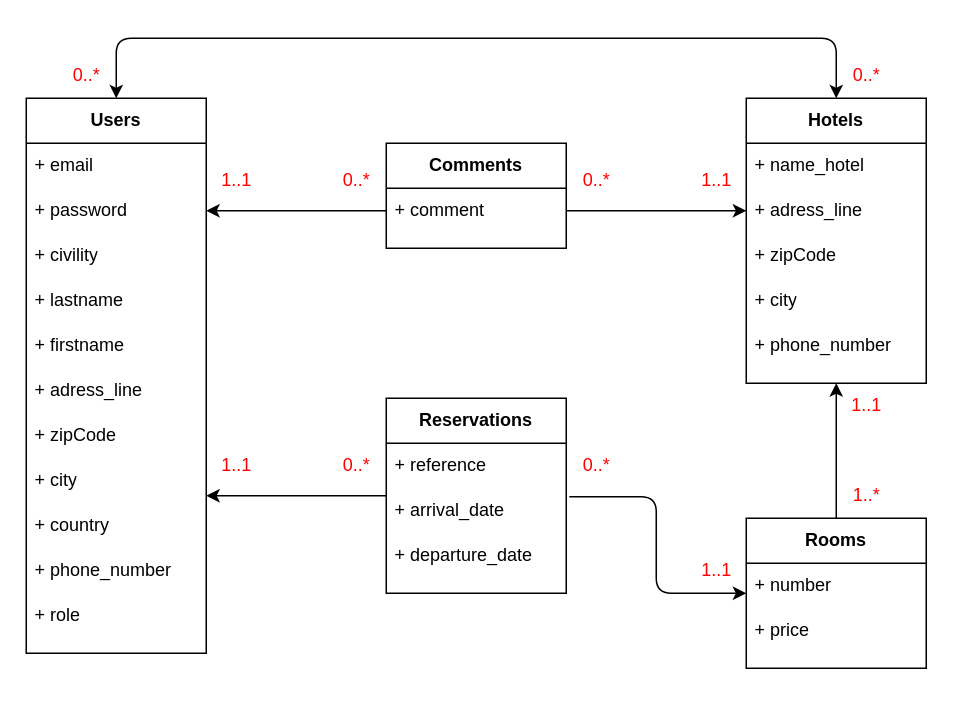
SebastienCANVILLE/backdreaminluxehotelnew keeps this draw.io diagram as Conception/diagrammeBaseDeDonnées.drawio. Above is the earlier version. Source tidied: cells renumbered, new cells numbered last; positions are measured from the earlier drawing's top-left corner, leaving out a move shared by most shapes. Both pictures are drawn from the tidied source at 150%, with x=0, y=0 at pixel (26, 38).
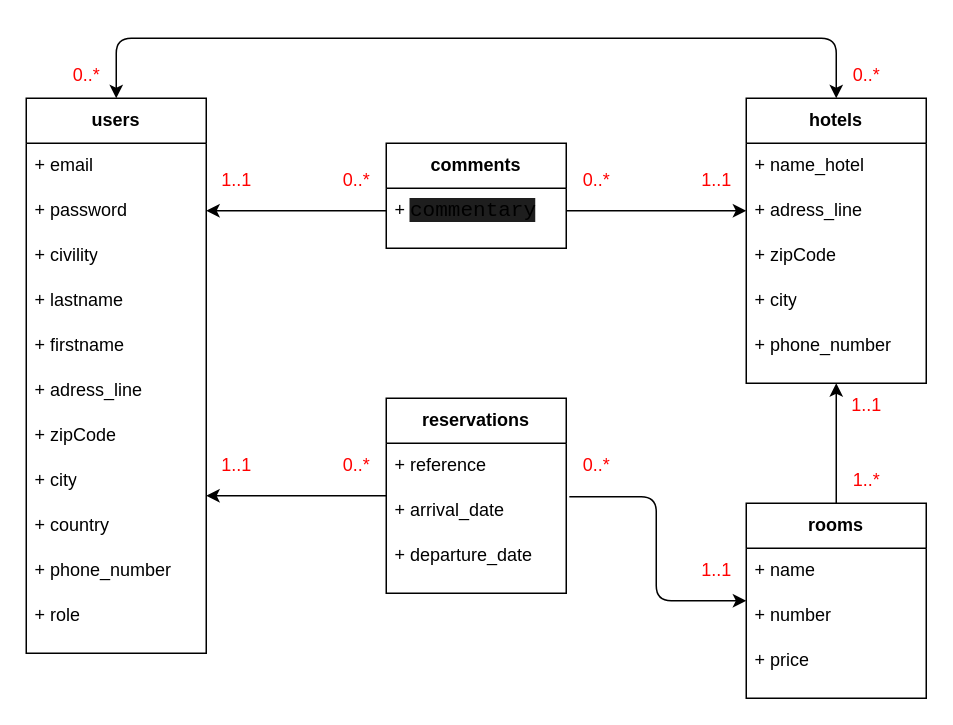
After the change.

The edit, as a diff of the source:
```diff
@@
-    <mxCell id="2" value="Users" style="swimlane;whiteSpace=wrap;html=1;startSize=30;" parent="1" vertex="1">
+    <mxCell id="2" value="users" style="swimlane;whiteSpace=wrap;html=1;startSize=30;" parent="1" vertex="1">
       <mxGeometry y="40" width="120" height="370" as="geometry" />
     </mxCell>
@@
-    <mxCell id="15" value="Reservations" style="swimlane;whiteSpace=wrap;html=1;startSize=30;" parent="1" vertex="1">
+    <mxCell id="15" value="reservations" style="swimlane;whiteSpace=wrap;html=1;startSize=30;" parent="1" vertex="1">
       <mxGeometry x="240" y="240" width="120" height="130" as="geometry" />
     </mxCell>
@@
-    <mxCell id="19" value="Hotels" style="swimlane;whiteSpace=wrap;html=1;startSize=30;" parent="1" vertex="1">
+    <mxCell id="19" value="hotels" style="swimlane;whiteSpace=wrap;html=1;startSize=30;" parent="1" vertex="1">
       <mxGeometry x="480" y="40" width="120" height="190" as="geometry" />
     </mxCell>
@@
-    <mxCell id="26" value="Rooms" style="swimlane;whiteSpace=wrap;html=1;startSize=30;" parent="1" vertex="1">
-      <mxGeometry x="480" y="320" width="120" height="100" as="geometry" />
+    <mxCell id="26" value="rooms" style="swimlane;whiteSpace=wrap;html=1;startSize=30;" parent="1" vertex="1">
+      <mxGeometry x="480" y="310" width="120" height="130" as="geometry" />
     </mxCell>
     <mxCell id="27" value="+ number" style="text;strokeColor=none;fillColor=none;align=left;verticalAlign=middle;spacingLeft=4;spacingRight=4;overflow=hidden;whiteSpace=wrap;html=1;" parent="26" vertex="1">
-      <mxGeometry y="30" width="120" height="30" as="geometry" />
+      <mxGeometry y="60" width="120" height="30" as="geometry" />
     </mxCell>
     <mxCell id="28" value="+ price" style="text;strokeColor=none;fillColor=none;align=left;verticalAlign=middle;spacingLeft=4;spacingRight=4;overflow=hidden;whiteSpace=wrap;html=1;" parent="26" vertex="1">
-      <mxGeometry y="60" width="120" height="30" as="geometry" />
+      <mxGeometry y="90" width="120" height="30" as="geometry" />
     </mxCell>
+    <mxCell id="47" value="+ name" style="text;strokeColor=none;fillColor=none;align=left;verticalAlign=middle;spacingLeft=4;spacingRight=4;overflow=hidden;whiteSpace=wrap;html=1;" parent="26" vertex="1">
+      <mxGeometry y="30" width="120" height="30" as="geometry" />
+    </mxCell>
@@
     <mxCell id="30" value="1..*" style="text;html=1;align=center;verticalAlign=middle;strokeColor=none;fillColor=none;fontColor=#FF0000;" parent="1" vertex="1">
-      <mxGeometry x="540" y="290" width="40" height="30" as="geometry" />
+      <mxGeometry x="540" y="280" width="40" height="30" as="geometry" />
     </mxCell>
@@
-    <mxCell id="35" value="Comments" style="swimlane;whiteSpace=wrap;html=1;startSize=30;" parent="1" vertex="1">
+    <mxCell id="35" value="comments" style="swimlane;whiteSpace=wrap;html=1;startSize=30;" parent="1" vertex="1">
       <mxGeometry x="240" y="70" width="120" height="70" as="geometry" />
     </mxCell>
-    <mxCell id="36" value="+ comment" style="text;strokeColor=none;fillColor=none;align=left;verticalAlign=middle;spacingLeft=4;spacingRight=4;overflow=hidden;points=[[0,0.5],[1,0.5]];portConstraint=eastwest;whiteSpace=wrap;html=1;" parent="35" vertex="1">
+    <mxCell id="36" value="+&amp;nbsp;&lt;span style=&quot;background-color: rgb(30, 30, 30); font-family: Consolas, &amp;quot;Courier New&amp;quot;, monospace; font-size: 14px;&quot;&gt;commentary&lt;/span&gt;" style="text;strokeColor=none;fillColor=none;align=left;verticalAlign=middle;spacingLeft=4;spacingRight=4;overflow=hidden;points=[[0,0.5],[1,0.5]];portConstraint=eastwest;whiteSpace=wrap;html=1;" parent="35" vertex="1">
       <mxGeometry y="30" width="120" height="30" as="geometry" />
     </mxCell>
```
